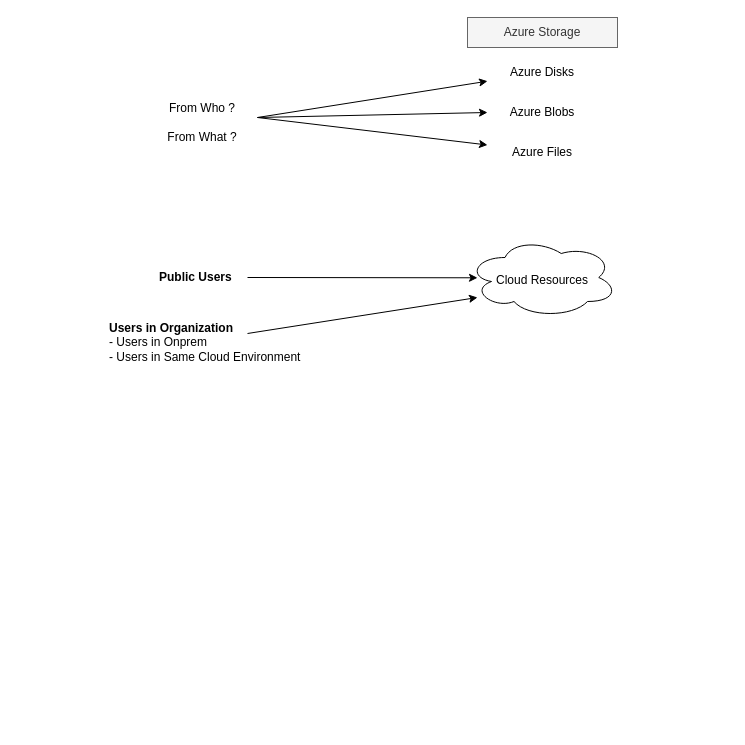
Above: Azure/AccessFrom.drawio in developer-onizuka/Diagrams (draw.io), before the change. Source tidied: cells renumbered, new cells numbered last; positions are measured from the earlier drawing's top-left corner, leaving out a move shared by most shapes. Both pictures are drawn from the tidied source at 100%, with x=0, y=0 at pixel (107, 17).
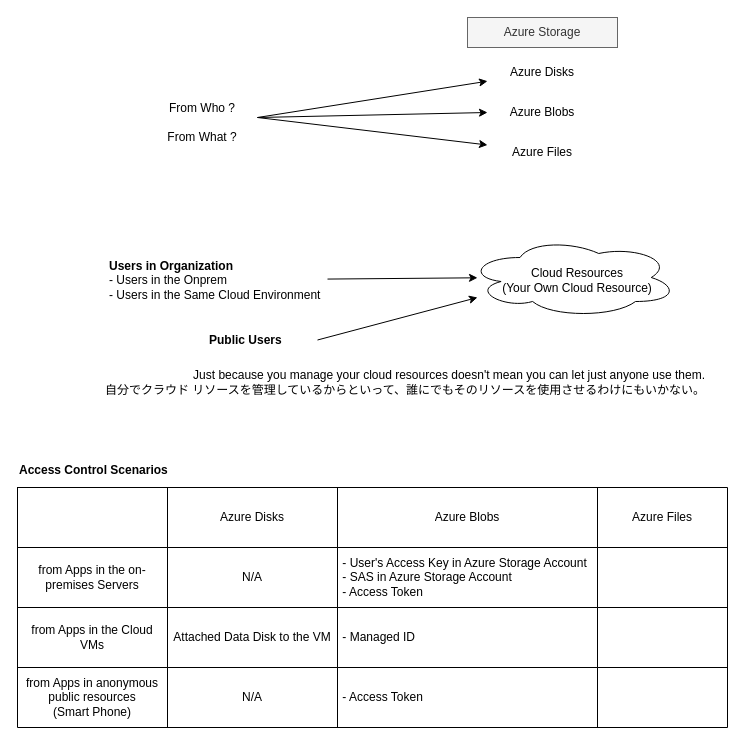
Above is the later version.

Diff of the diagram source:
```diff
@@
     <mxCell id="10" style="ellipse;shape=cloud;whiteSpace=wrap;html=1;" parent="1" vertex="1">
-      <mxGeometry x="360" y="220" width="150" height="80" as="geometry" />
+      <mxGeometry x="360" y="220" width="210" height="80" as="geometry" />
     </mxCell>
-    <mxCell id="11" value="Cloud Resources" style="text;html=1;strokeColor=none;fillColor=none;align=center;verticalAlign=middle;whiteSpace=wrap;rounded=0;" parent="1" vertex="1">
-      <mxGeometry x="380" y="247.5" width="110" height="30" as="geometry" />
+    <mxCell id="11" value="Cloud Resources&lt;br&gt;(Your Own Cloud Resource)" style="text;html=1;strokeColor=none;fillColor=none;align=center;verticalAlign=middle;whiteSpace=wrap;rounded=0;" parent="1" vertex="1">
+      <mxGeometry x="390" y="247.5" width="160" height="30" as="geometry" />
     </mxCell>
-    <mxCell id="12" style="endArrow=classic;html=1;rounded=0;" parent="1" edge="1">
+    <mxCell id="12" style="endArrow=classic;html=1;rounded=0;" parent="1" edge="1" source="15">
       <mxGeometry relative="1" as="geometry">
-        <mxPoint x="140" y="260" as="sourcePoint" />
         <mxPoint x="370" y="260.3" as="targetPoint" />
       </mxGeometry>
     </mxCell>
-    <mxCell id="13" style="endArrow=classic;html=1;rounded=0;" parent="1" edge="1">
+    <mxCell id="13" style="endArrow=classic;html=1;rounded=0;exitX=1;exitY=0.5;exitDx=0;exitDy=0;" parent="1" edge="1" source="14">
       <mxGeometry relative="1" as="geometry">
-        <mxPoint x="140" y="316" as="sourcePoint" />
         <mxPoint x="370" y="280" as="targetPoint" />
       </mxGeometry>
     </mxCell>
     <mxCell id="14" value="&lt;b&gt;Public Users&lt;/b&gt;" style="text;html=1;strokeColor=none;fillColor=none;align=left;verticalAlign=middle;whiteSpace=wrap;rounded=0;" parent="1" vertex="1">
-      <mxGeometry x="50" y="247.5" width="110" height="25" as="geometry" />
+      <mxGeometry x="100" y="310" width="110" height="25" as="geometry" />
     </mxCell>
-    <mxCell id="15" value="&lt;b&gt;Users in Organization&lt;br&gt;&lt;/b&gt;- Users in Onprem&lt;br&gt;- Users in Same Cloud Environment" style="text;html=1;strokeColor=none;fillColor=none;align=left;verticalAlign=middle;whiteSpace=wrap;rounded=0;" parent="1" vertex="1">
-      <mxGeometry y="290" width="220" height="70" as="geometry" />
+    <mxCell id="15" value="&lt;b&gt;Users in Organization&lt;br&gt;&lt;/b&gt;- Users in the Onprem&lt;br&gt;- Users in the Same Cloud Environment" style="text;html=1;strokeColor=none;fillColor=none;align=left;verticalAlign=middle;whiteSpace=wrap;rounded=0;" parent="1" vertex="1">
+      <mxGeometry y="227.5" width="220" height="70" as="geometry" />
     </mxCell>
+    <mxCell id="16" style="shape=table;startSize=0;childLayout=tableLayout;" parent="1" vertex="1">
+      <mxGeometry x="-90" y="470" width="710" height="240" as="geometry" />
+    </mxCell>
+    <mxCell id="17" style="shape=tableRow;horizontal=0;startSize=0;swimlaneHead=0;swimlaneBody=0;strokeColor=inherit;top=0;left=0;bottom=0;right=0;fillColor=none;" parent="16" vertex="1">
+      <mxGeometry width="710" height="60" as="geometry" />
+    </mxCell>
+    <mxCell id="18" style="shape=partialRectangle;html=1;whiteSpace=wrap;strokeColor=inherit;overflow=hidden;fillColor=none;top=0;left=0;bottom=0;right=0;" parent="17" vertex="1">
+      <mxGeometry width="150" height="60" as="geometry" />
+    </mxCell>
+    <mxCell id="19" value="Azure Disks" style="shape=partialRectangle;html=1;whiteSpace=wrap;strokeColor=inherit;overflow=hidden;fillColor=none;top=0;left=0;bottom=0;right=0;" parent="17" vertex="1">
+      <mxGeometry x="150" width="170" height="60" as="geometry" />
+    </mxCell>
+    <mxCell id="20" value="Azure Blobs" style="shape=partialRectangle;html=1;whiteSpace=wrap;strokeColor=inherit;overflow=hidden;fillColor=none;top=0;left=0;bottom=0;right=0;" parent="17" vertex="1">
+      <mxGeometry x="320" width="260" height="60" as="geometry" />
+    </mxCell>
+    <mxCell id="21" value="Azure Files" style="shape=partialRectangle;html=1;whiteSpace=wrap;strokeColor=inherit;overflow=hidden;fillColor=none;top=0;left=0;bottom=0;right=0;" parent="17" vertex="1">
+      <mxGeometry x="580" width="130" height="60" as="geometry" />
+    </mxCell>
+    <mxCell id="22" style="shape=tableRow;horizontal=0;startSize=0;swimlaneHead=0;swimlaneBody=0;strokeColor=inherit;top=0;left=0;bottom=0;right=0;fillColor=none;" parent="16" vertex="1">
+      <mxGeometry y="60" width="710" height="60" as="geometry" />
+    </mxCell>
+    <mxCell id="23" value="from Apps in the on-premises Servers" style="shape=partialRectangle;html=1;whiteSpace=wrap;strokeColor=inherit;overflow=hidden;fillColor=none;top=0;left=0;bottom=0;right=0;" parent="22" vertex="1">
+      <mxGeometry width="150" height="60" as="geometry" />
+    </mxCell>
+    <mxCell id="24" value="N/A" style="shape=partialRectangle;html=1;whiteSpace=wrap;strokeColor=inherit;overflow=hidden;fillColor=none;top=0;left=0;bottom=0;right=0;" parent="22" vertex="1">
+      <mxGeometry x="150" width="170" height="60" as="geometry" />
+    </mxCell>
+    <mxCell id="25" value="&amp;nbsp;- User's Access Key in Azure Storage Account&lt;br&gt;&amp;nbsp;-&amp;nbsp;SAS in Azure Storage Account&lt;br&gt;&amp;nbsp;- Access Token" style="shape=partialRectangle;html=1;whiteSpace=wrap;strokeColor=inherit;overflow=hidden;fillColor=none;top=0;left=0;bottom=0;right=0;align=left;" parent="22" vertex="1">
+      <mxGeometry x="320" width="260" height="60" as="geometry" />
+    </mxCell>
+    <mxCell id="26" style="shape=partialRectangle;html=1;whiteSpace=wrap;strokeColor=inherit;overflow=hidden;fillColor=none;top=0;left=0;bottom=0;right=0;" parent="22" vertex="1">
+      <mxGeometry x="580" width="130" height="60" as="geometry" />
+    </mxCell>
+    <mxCell id="27" style="shape=tableRow;horizontal=0;startSize=0;swimlaneHead=0;swimlaneBody=0;strokeColor=inherit;top=0;left=0;bottom=0;right=0;fillColor=none;" parent="16" vertex="1">
+      <mxGeometry y="120" width="710" height="60" as="geometry" />
+    </mxCell>
+    <mxCell id="28" value="from Apps in the Cloud VMs" style="shape=partialRectangle;html=1;whiteSpace=wrap;strokeColor=inherit;overflow=hidden;fillColor=none;top=0;left=0;bottom=0;right=0;" parent="27" vertex="1">
+      <mxGeometry width="150" height="60" as="geometry" />
+    </mxCell>
+    <mxCell id="29" value="Attached Data Disk to the VM" style="shape=partialRectangle;html=1;whiteSpace=wrap;strokeColor=inherit;overflow=hidden;fillColor=none;top=0;left=0;bottom=0;right=0;" parent="27" vertex="1">
+      <mxGeometry x="150" width="170" height="60" as="geometry" />
+    </mxCell>
+    <mxCell id="30" value="&lt;span style=&quot;&quot;&gt;&amp;nbsp;- Managed ID&lt;br&gt;&lt;/span&gt;" style="shape=partialRectangle;html=1;whiteSpace=wrap;strokeColor=inherit;overflow=hidden;fillColor=none;top=0;left=0;bottom=0;right=0;align=left;" parent="27" vertex="1">
+      <mxGeometry x="320" width="260" height="60" as="geometry" />
+    </mxCell>
+    <mxCell id="31" style="shape=partialRectangle;html=1;whiteSpace=wrap;strokeColor=inherit;overflow=hidden;fillColor=none;top=0;left=0;bottom=0;right=0;" parent="27" vertex="1">
+      <mxGeometry x="580" width="130" height="60" as="geometry" />
+    </mxCell>
+    <mxCell id="32" style="shape=tableRow;horizontal=0;startSize=0;swimlaneHead=0;swimlaneBody=0;strokeColor=inherit;top=0;left=0;bottom=0;right=0;fillColor=none;" parent="16" vertex="1">
+      <mxGeometry y="180" width="710" height="60" as="geometry" />
+    </mxCell>
+    <mxCell id="33" value="from Apps in anonymous public resources&lt;br&gt;(Smart Phone)" style="shape=partialRectangle;html=1;whiteSpace=wrap;strokeColor=inherit;overflow=hidden;fillColor=none;top=0;left=0;bottom=0;right=0;" parent="32" vertex="1">
+      <mxGeometry width="150" height="60" as="geometry" />
+    </mxCell>
+    <mxCell id="34" value="N/A" style="shape=partialRectangle;html=1;whiteSpace=wrap;strokeColor=inherit;overflow=hidden;fillColor=none;top=0;left=0;bottom=0;right=0;" parent="32" vertex="1">
+      <mxGeometry x="150" width="170" height="60" as="geometry" />
+    </mxCell>
+    <mxCell id="35" value="&lt;span style=&quot;background-color: initial;&quot;&gt;&amp;nbsp;- Access Token&lt;/span&gt;" style="shape=partialRectangle;html=1;whiteSpace=wrap;strokeColor=inherit;overflow=hidden;fillColor=none;top=0;left=0;bottom=0;right=0;align=left;" parent="32" vertex="1">
+      <mxGeometry x="320" width="260" height="60" as="geometry" />
+    </mxCell>
+    <mxCell id="36" style="shape=partialRectangle;html=1;whiteSpace=wrap;strokeColor=inherit;overflow=hidden;fillColor=none;top=0;left=0;bottom=0;right=0;" parent="32" vertex="1">
+      <mxGeometry x="580" width="130" height="60" as="geometry" />
+    </mxCell>
+    <mxCell id="37" value="&lt;b&gt;Access Control&amp;nbsp;Scenarios&lt;/b&gt;" style="text;html=1;strokeColor=none;fillColor=none;align=left;verticalAlign=middle;whiteSpace=wrap;rounded=0;" parent="1" vertex="1">
+      <mxGeometry x="-90" y="440" width="200" height="25" as="geometry" />
+    </mxCell>
+    <mxCell id="38" value="Just because you manage your cloud resources doesn't mean you can let just anyone use them.&lt;br&gt;自分でクラウド リソースを管理しているからといって、誰にでもそのリソースを使用させるわけにもいかない。" style="text;html=1;strokeColor=none;fillColor=none;align=right;verticalAlign=middle;whiteSpace=wrap;rounded=0;" parent="1" vertex="1">
+      <mxGeometry x="-50" y="350" width="650" height="30" as="geometry" />
+    </mxCell>
```
